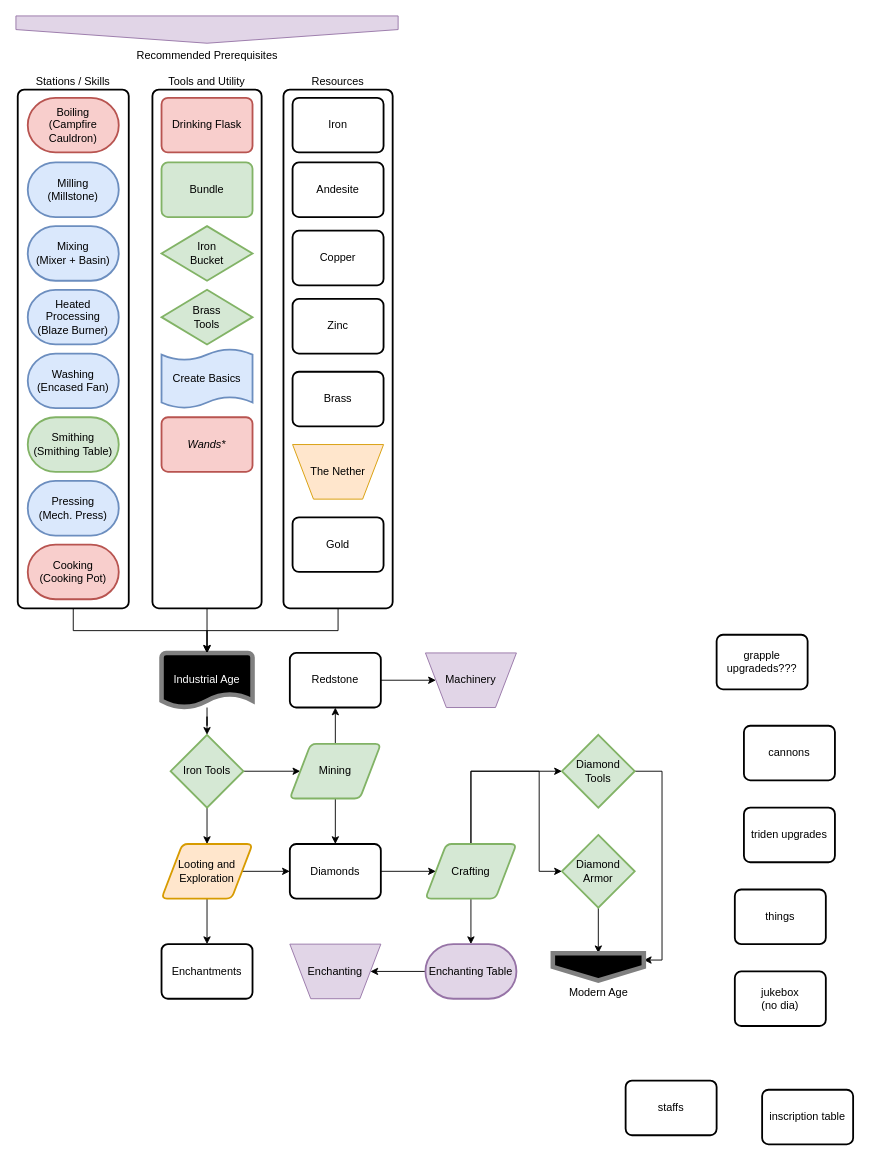
This is page "Industrial Age" (5 of 7) of flowcharts/progression.drawio from MeepishRealms/Cog, a draw.io file, before an edit. Source tidied: cells renumbered, new cells numbered last; positions are measured from the earlier drawing's top-left corner, leaving out a move shared by most shapes. Both pictures are drawn from the tidied source at 91%, with x=0, y=0 at pixel (15, 15).
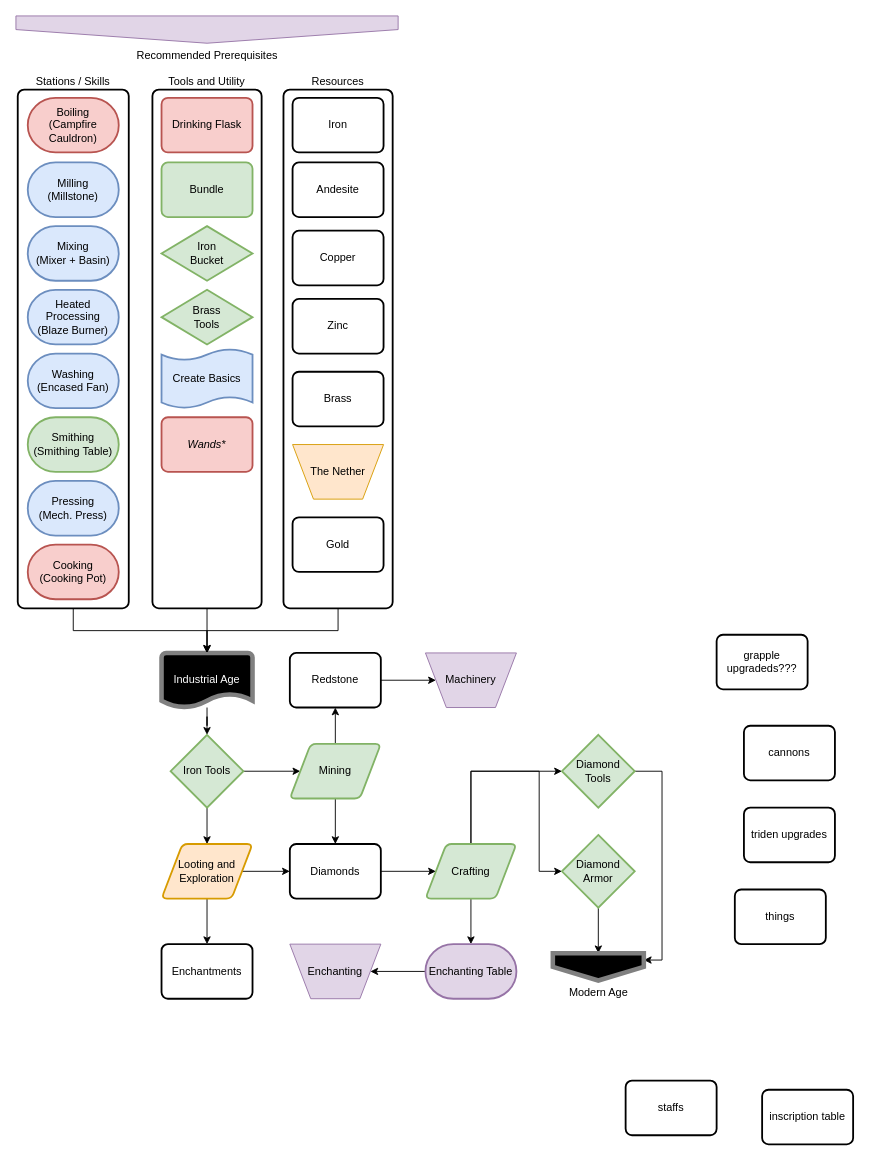
Above is the later version.

The edit, as a diff of the source:
```diff
@@
-    <mxCell id="35" value="jukebox&lt;br&gt;(no dia)" style="rounded=1;whiteSpace=wrap;html=1;absoluteArcSize=1;arcSize=14;strokeWidth=2;" parent="1" vertex="1">
-      <mxGeometry x="790" y="1050" width="100" height="60" as="geometry" />
-    </mxCell>
```
